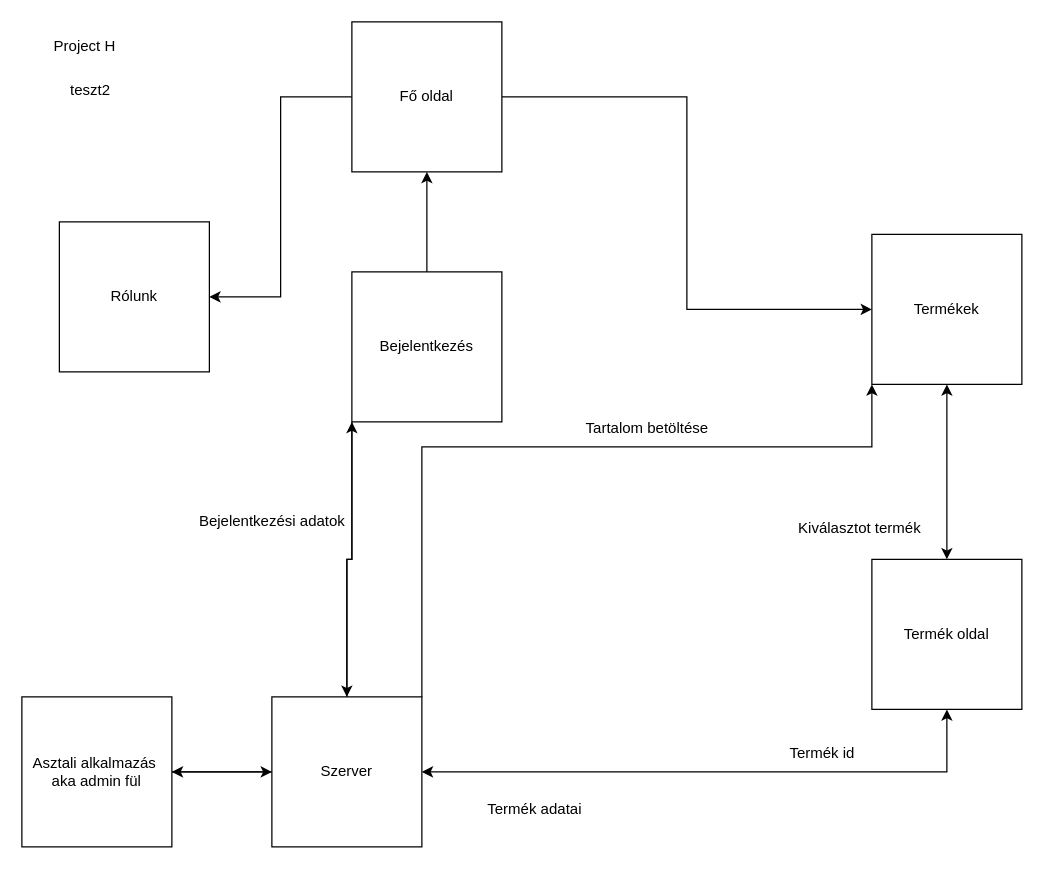
The draw.io diagram Project-H.drawio in FireBreathingRubberDuckies-TheBetterOne/Project-H-Schematics, before the edit. Source tidied: cells renumbered, new cells numbered last; positions are measured from the earlier drawing's top-left corner, leaving out a move shared by most shapes. Both pictures are drawn from the tidied source at 125%, with x=0, y=0 at pixel (21, 21).
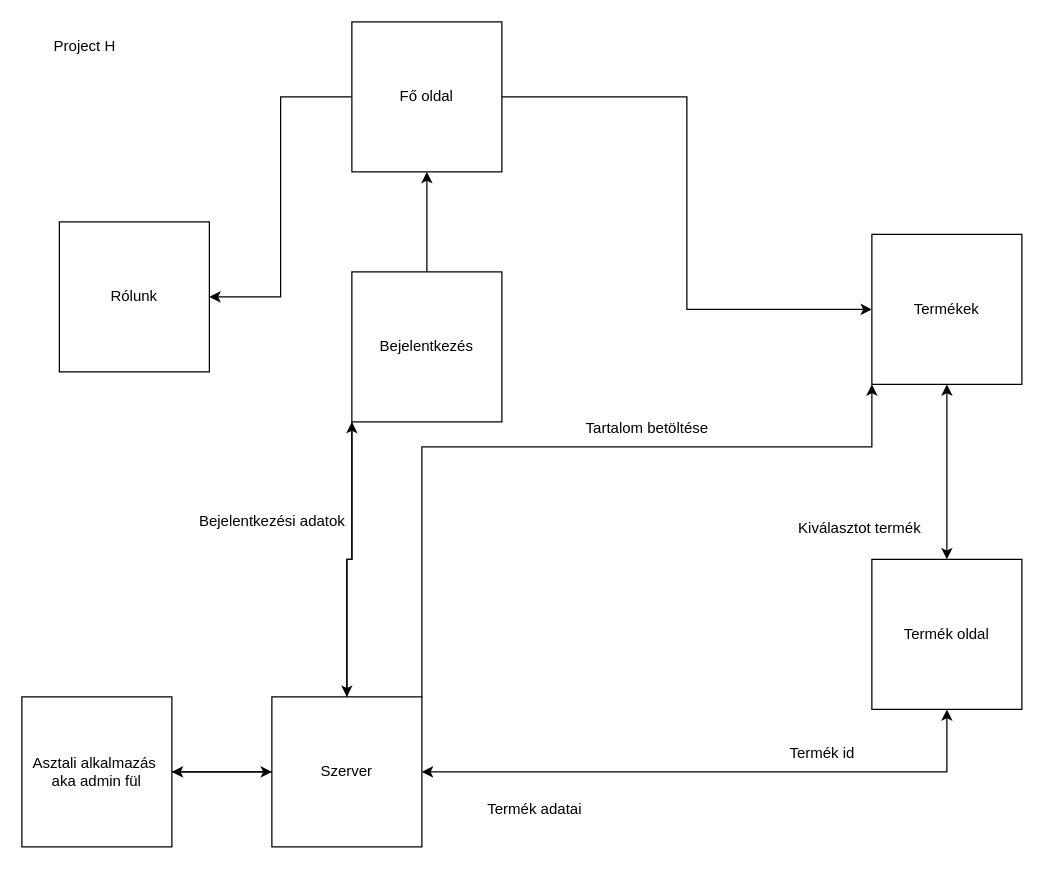
The same page after the edit.

The edit, as a diff of the source:
```diff
@@
-    <mxCell id="25" value="teszt2" style="text;html=1;strokeColor=none;fillColor=none;align=center;verticalAlign=middle;whiteSpace=wrap;rounded=0;" parent="1" vertex="1">
-      <mxGeometry x="25" y="40" width="60" height="30" as="geometry" />
-    </mxCell>
```
